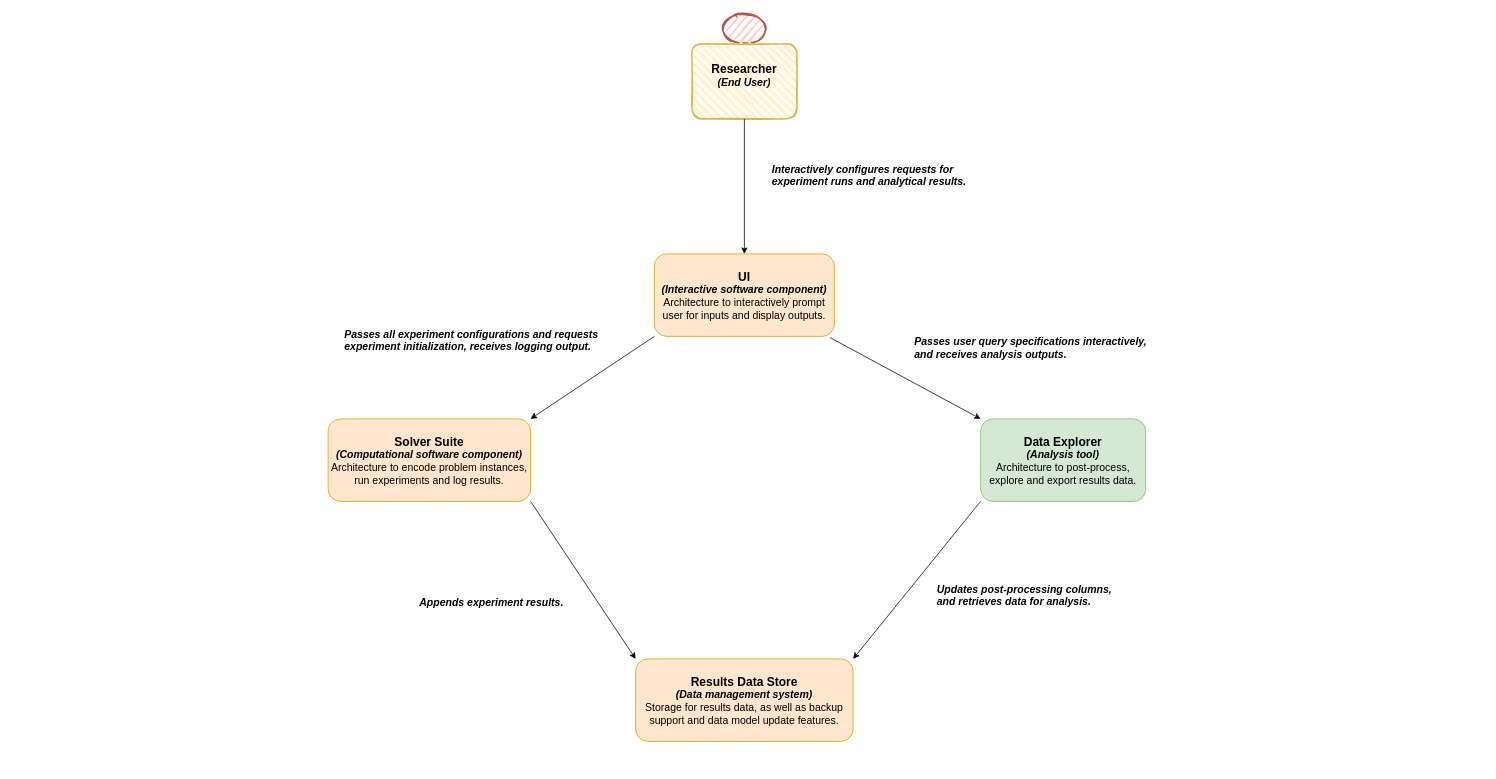
The draw.io diagram docs/opti-face.drawio in lucawrabetz/opti-face, before the edit. Source tidied: cells renumbered, new cells numbered last; positions are measured from the earlier drawing's top-left corner, leaving out a move shared by most shapes. Both pictures are drawn from the tidied source at 75%, with x=0, y=0 at pixel (328, 14).
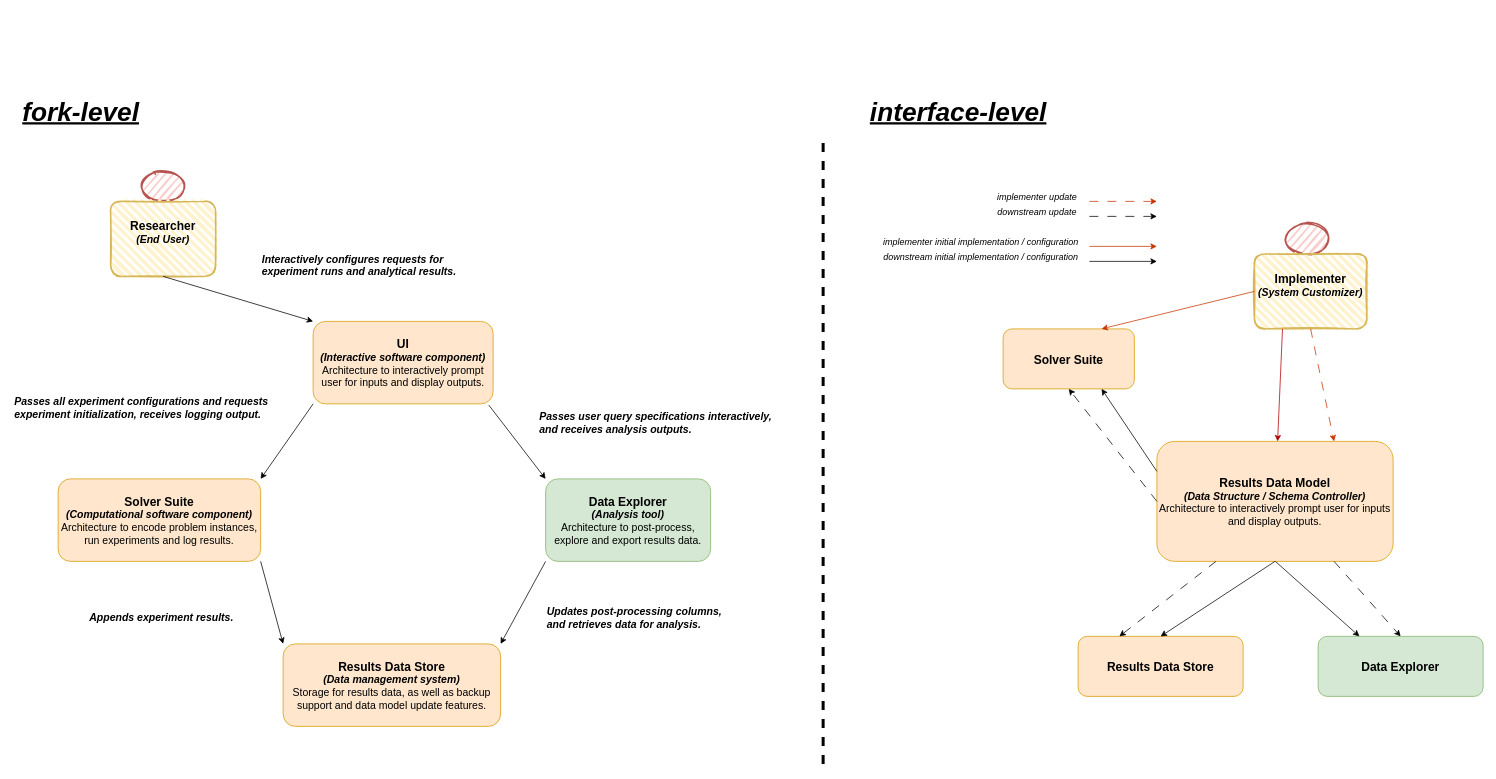
After the change.

Commit message:
Update opti-face.drawio - include interface-level context

Unchanged cells that the change refers to:
```xml
<mxCell id="16" value="&lt;div style=&quot;font-weight: 700;&quot;&gt;&lt;font size=&quot;3&quot;&gt;Researcher&lt;/font&gt;&lt;/div&gt;&lt;div style=&quot;font-size: 14px; font-weight: 700;&quot;&gt;&lt;i&gt;(End User)&lt;/i&gt;&lt;/div&gt;&lt;div style=&quot;font-size: 14px; font-weight: 700;&quot;&gt;&lt;br&gt;&lt;/div&gt;" style="rounded=1;whiteSpace=wrap;html=1;strokeWidth=2;fillWeight=4;hachureGap=8;hachureAngle=45;fillColor=#fff2cc;sketch=1;strokeColor=#d6b656;" parent="14" vertex="1">
  <mxGeometry y="40" width="140" height="100" as="geometry" />
</mxCell>
```

What changed in the source:
```diff
@@
     <mxCell id="2" value="&lt;font style=&quot;font-size: 16px;&quot;&gt;Data Explorer&lt;/font&gt;&lt;div&gt;&lt;i&gt;(Analysis tool)&lt;/i&gt;&lt;/div&gt;&lt;div&gt;&lt;span style=&quot;font-weight: normal;&quot;&gt;Architecture to post-process, explore and export results data.&lt;/span&gt;&lt;/div&gt;" style="rounded=1;whiteSpace=wrap;html=1;fillColor=#d5e8d4;strokeColor=#82b366;fontSize=14;fontStyle=1;" parent="1" vertex="1">
-      <mxGeometry x="870" y="540" width="220" height="110" as="geometry" />
+      <mxGeometry x="290" y="620" width="220" height="110" as="geometry" />
     </mxCell>
@@
     <mxCell id="6" value="&lt;div&gt;&lt;font size=&quot;3&quot;&gt;UI&lt;/font&gt;&lt;/div&gt;&lt;div&gt;&lt;i&gt;(Interactive software component)&lt;/i&gt;&lt;/div&gt;&lt;div&gt;&lt;span style=&quot;font-weight: normal;&quot;&gt;Architecture to interactively prompt user for inputs and display outputs.&lt;/span&gt;&lt;/div&gt;" style="rounded=1;whiteSpace=wrap;html=1;fillColor=#ffe6cc;strokeColor=#d79b00;fontSize=14;fontStyle=1;" parent="1" vertex="1">
-      <mxGeometry x="435" y="320" width="240" height="110" as="geometry" />
+      <mxGeometry x="-20" y="410" width="240" height="110" as="geometry" />
     </mxCell>
     <mxCell id="7" value="&lt;div&gt;&lt;font size=&quot;3&quot;&gt;Results Data Store&lt;/font&gt;&lt;/div&gt;&lt;div&gt;&lt;i&gt;(Data management system)&lt;/i&gt;&lt;/div&gt;&lt;div&gt;&lt;span style=&quot;font-weight: normal;&quot;&gt;Storage for results data, as well as backup support and data model update features.&lt;/span&gt;&lt;br&gt;&lt;/div&gt;" style="rounded=1;whiteSpace=wrap;html=1;fillColor=#ffe6cc;strokeColor=#d79b00;fontSize=14;fontStyle=1;" parent="1" vertex="1">
-      <mxGeometry x="410" y="860" width="290" height="110" as="geometry" />
+      <mxGeometry x="-60" y="840" width="290" height="110" as="geometry" />
     </mxCell>
     <mxCell id="8" value="&lt;div&gt;&lt;font size=&quot;3&quot;&gt;Solver Suite&lt;/font&gt;&lt;/div&gt;&lt;div&gt;&lt;i&gt;(Computational software component)&lt;/i&gt;&lt;/div&gt;&lt;div&gt;&lt;span style=&quot;font-weight: normal;&quot;&gt;Architecture to encode problem instances, run experiments and &lt;/span&gt;&lt;span style=&quot;font-weight: 400;&quot;&gt;log results.&lt;/span&gt;&lt;/div&gt;" style="rounded=1;whiteSpace=wrap;html=1;fillColor=#ffe6cc;strokeColor=#d79b00;fontSize=14;fontStyle=1;" parent="1" vertex="1">
-      <mxGeometry y="540" width="270" height="110" as="geometry" />
+      <mxGeometry x="-360" y="620" width="270" height="110" as="geometry" />
     </mxCell>
     <mxCell id="9" value="Passes user query specifications interactively,&amp;nbsp;&lt;div&gt;and receives analysis outputs.&lt;/div&gt;" style="text;html=1;align=left;verticalAlign=middle;strokeColor=none;fillColor=none;fontSize=14;fontStyle=3;" parent="1" vertex="1">
-      <mxGeometry x="780" y="420" width="310" height="50" as="geometry" />
+      <mxGeometry x="280" y="520" width="310" height="50" as="geometry" />
     </mxCell>
     <mxCell id="10" value="Updates post-processing columns,&amp;nbsp;&lt;div&gt;and retrieves data for analysis.&lt;/div&gt;" style="text;html=1;align=left;verticalAlign=middle;strokeColor=none;fillColor=none;fontSize=14;fontStyle=3;" parent="1" vertex="1">
-      <mxGeometry x="810" y="750" width="240" height="50" as="geometry" />
+      <mxGeometry x="290" y="780" width="240" height="50" as="geometry" />
     </mxCell>
     <mxCell id="11" value="Appends experiment results." style="text;html=1;align=left;verticalAlign=middle;strokeColor=none;fillColor=none;fontSize=14;fontStyle=3;" parent="1" vertex="1">
-      <mxGeometry x="120" y="770" width="200" height="30" as="geometry" />
+      <mxGeometry x="-320" y="790" width="200" height="30" as="geometry" />
     </mxCell>
@@
     <mxCell id="13" value="Passes all experiment configurations and requests&amp;nbsp;&lt;div&gt;experiment initialization, receives logging output.&lt;/div&gt;" style="text;html=1;align=left;verticalAlign=middle;strokeColor=none;fillColor=none;fontSize=14;fontStyle=3;" parent="1" vertex="1">
-      <mxGeometry x="20" y="410" width="340" height="50" as="geometry" />
+      <mxGeometry x="-420" y="500" width="340" height="50" as="geometry" />
     </mxCell>
     <mxCell id="14" style="group;" parent="1" vertex="1">
-      <mxGeometry x="485" width="140" height="140" as="geometry" />
+      <mxGeometry x="-290" y="210" width="140" height="140" as="geometry" />
     </mxCell>
@@
-    <mxCell id="17" style="endArrow=classic;html=1;rounded=0;exitX=0.5;exitY=1;exitDx=0;exitDy=0;entryX=0.5;entryY=0;entryDx=0;entryDy=0;" parent="1" edge="1" source="16" target="6">
+    <mxCell id="17" style="endArrow=classic;html=1;rounded=0;exitX=0.5;exitY=1;exitDx=0;exitDy=0;entryX=0;entryY=0;entryDx=0;entryDy=0;" parent="1" edge="1" source="16" target="6">
       <mxGeometry relative="1" as="geometry" />
     </mxCell>
     <mxCell id="18" value="Interactively configures requests for&amp;nbsp;&lt;div&gt;experiment runs and analytical results.&lt;/div&gt;" style="text;html=1;align=left;verticalAlign=middle;strokeColor=none;fillColor=none;fontSize=14;fontStyle=3;" parent="1" vertex="1">
-      <mxGeometry x="590" y="190" width="260" height="50" as="geometry" />
+      <mxGeometry x="-90" y="310" width="260" height="50" as="geometry" />
     </mxCell>
+    <mxCell id="19" value="&lt;font style=&quot;font-size: 16px;&quot;&gt;Data Explorer&lt;/font&gt;" style="rounded=1;whiteSpace=wrap;html=1;fillColor=#d5e8d4;strokeColor=#82b366;fontSize=14;fontStyle=1;" parent="1" vertex="1">
+      <mxGeometry x="1320" y="830" width="220" height="80" as="geometry" />
+    </mxCell>
+    <mxCell id="20" value="&lt;div&gt;&lt;font size=&quot;3&quot;&gt;Results Data Model&lt;/font&gt;&lt;/div&gt;&lt;div&gt;&lt;i&gt;(Data Structure / Schema Controller)&lt;/i&gt;&lt;/div&gt;&lt;div&gt;&lt;span style=&quot;font-weight: normal;&quot;&gt;Architecture to interactively prompt user for inputs and display outputs.&lt;/span&gt;&lt;/div&gt;" style="rounded=1;whiteSpace=wrap;html=1;fillColor=#ffe6cc;strokeColor=#d79b00;fontSize=14;fontStyle=1;" parent="1" vertex="1">
+      <mxGeometry x="1105" y="570" width="315" height="160" as="geometry" />
+    </mxCell>
+    <mxCell id="21" value="&lt;div&gt;&lt;font size=&quot;3&quot;&gt;Results Data Store&lt;/font&gt;&lt;/div&gt;" style="rounded=1;whiteSpace=wrap;html=1;fillColor=#ffe6cc;strokeColor=#d79b00;fontSize=14;fontStyle=1;" parent="1" vertex="1">
+      <mxGeometry x="1000" y="830" width="220" height="80" as="geometry" />
+    </mxCell>
+    <mxCell id="22" value="&lt;div&gt;&lt;font size=&quot;3&quot;&gt;&lt;br&gt;&lt;/font&gt;&lt;/div&gt;&lt;div&gt;&lt;font size=&quot;3&quot;&gt;Solver Suite&lt;/font&gt;&lt;/div&gt;&lt;div&gt;&lt;br&gt;&lt;/div&gt;" style="rounded=1;whiteSpace=wrap;html=1;fillColor=#ffe6cc;strokeColor=#d79b00;fontSize=14;fontStyle=1;fillStyle=auto;" parent="1" vertex="1">
+      <mxGeometry x="900" y="420" width="175" height="80" as="geometry" />
+    </mxCell>
+    <mxCell id="23" style="group;" parent="1" vertex="1">
+      <mxGeometry x="1235" y="280" width="150" height="140" as="geometry" />
+    </mxCell>
+    <mxCell id="24" style="ellipse;whiteSpace=wrap;html=1;strokeWidth=2;fillWeight=2;hachureGap=8;fillColor=#f8cecc;fillStyle=dots;sketch=1;strokeColor=#b85450;" parent="23" vertex="1">
+      <mxGeometry x="40" width="60" height="40" as="geometry" />
+    </mxCell>
+    <mxCell id="25" value="&lt;div style=&quot;font-weight: 700;&quot;&gt;&lt;font size=&quot;3&quot;&gt;Implementer&lt;/font&gt;&lt;/div&gt;&lt;div style=&quot;font-size: 14px; font-weight: 700;&quot;&gt;&lt;i&gt;(System Customizer)&lt;/i&gt;&lt;/div&gt;&lt;div style=&quot;font-size: 14px; font-weight: 700;&quot;&gt;&lt;br&gt;&lt;/div&gt;" style="rounded=1;whiteSpace=wrap;html=1;strokeWidth=2;fillWeight=4;hachureGap=8;hachureAngle=45;fillColor=#fff2cc;sketch=1;strokeColor=#d6b656;" parent="23" vertex="1">
+      <mxGeometry y="40" width="150" height="100" as="geometry" />
+    </mxCell>
+    <mxCell id="26" style="endArrow=classic;html=1;rounded=0;exitX=0.25;exitY=1;exitDx=0;exitDy=0;fillColor=#e51400;strokeColor=#B20000;" parent="1" edge="1" source="25" target="20">
+      <mxGeometry relative="1" as="geometry" />
+    </mxCell>
+    <mxCell id="27" style="endArrow=classic;html=1;rounded=0;exitX=0;exitY=0.5;exitDx=0;exitDy=0;entryX=0.75;entryY=0;entryDx=0;entryDy=0;fillColor=#fa6800;strokeColor=#C73500;" parent="1" edge="1" source="25" target="22">
+      <mxGeometry relative="1" as="geometry" />
+    </mxCell>
+    <mxCell id="28" style="endArrow=classic;html=1;rounded=0;exitX=0.5;exitY=1;exitDx=0;exitDy=0;entryX=0.75;entryY=0;entryDx=0;entryDy=0;dashed=1;dashPattern=12 12;fillColor=#fa6800;strokeColor=#C73500;" parent="1" edge="1" source="25" target="20">
+      <mxGeometry relative="1" as="geometry" />
+    </mxCell>
+    <mxCell id="29" style="endArrow=classic;html=1;rounded=0;exitX=0;exitY=0.5;exitDx=0;exitDy=0;entryX=0.5;entryY=1;entryDx=0;entryDy=0;dashed=1;dashPattern=12 12;" parent="1" edge="1" source="20" target="22">
+      <mxGeometry relative="1" as="geometry" />
+    </mxCell>
+    <mxCell id="30" style="endArrow=classic;html=1;rounded=0;exitX=0.5;exitY=1;exitDx=0;exitDy=0;dashed=1;dashPattern=12 12;fillColor=#fa6800;strokeColor=#C73500;" parent="1" edge="1">
+      <mxGeometry relative="1" as="geometry">
+        <mxPoint x="1015" y="250" as="sourcePoint" />
+        <mxPoint x="1105" y="250" as="targetPoint" />
+      </mxGeometry>
+    </mxCell>
+    <mxCell id="31" style="endArrow=classic;html=1;rounded=0;dashed=1;dashPattern=12 12;" parent="1" edge="1">
+      <mxGeometry relative="1" as="geometry">
+        <mxPoint x="1015" y="270" as="sourcePoint" />
+        <mxPoint x="1105" y="270" as="targetPoint" />
+      </mxGeometry>
+    </mxCell>
+    <mxCell id="32" style="endArrow=classic;html=1;rounded=0;entryX=0.75;entryY=0;entryDx=0;entryDy=0;" parent="1" edge="1">
+      <mxGeometry relative="1" as="geometry">
+        <mxPoint x="1015" y="330" as="sourcePoint" />
+        <mxPoint x="1105" y="330" as="targetPoint" />
+      </mxGeometry>
+    </mxCell>
+    <mxCell id="33" style="endArrow=classic;html=1;rounded=0;entryX=0.75;entryY=0;entryDx=0;entryDy=0;fillColor=#fa6800;strokeColor=#C73500;" parent="1" edge="1">
+      <mxGeometry relative="1" as="geometry">
+        <mxPoint x="1015" y="310" as="sourcePoint" />
+        <mxPoint x="1105" y="310" as="targetPoint" />
+      </mxGeometry>
+    </mxCell>
+    <mxCell id="34" style="endArrow=classic;html=1;rounded=0;exitX=0;exitY=0.25;exitDx=0;exitDy=0;entryX=0.75;entryY=1;entryDx=0;entryDy=0;" parent="1" edge="1" source="20" target="22">
+      <mxGeometry relative="1" as="geometry" />
+    </mxCell>
+    <mxCell id="35" value="&lt;i&gt;implementer update&lt;/i&gt;" style="text;html=1;align=center;verticalAlign=middle;strokeColor=none;fillColor=none;" parent="1" vertex="1">
+      <mxGeometry x="880" y="230" width="130" height="30" as="geometry" />
+    </mxCell>
+    <mxCell id="36" value="&lt;i&gt;downstream update&lt;/i&gt;" style="text;html=1;align=center;verticalAlign=middle;strokeColor=none;fillColor=none;" parent="1" vertex="1">
+      <mxGeometry x="880" y="250" width="130" height="30" as="geometry" />
+    </mxCell>
+    <mxCell id="37" value="&lt;i&gt;implementer initial implementation / configuration&lt;/i&gt;" style="text;html=1;align=center;verticalAlign=middle;strokeColor=none;fillColor=none;" parent="1" vertex="1">
+      <mxGeometry x="730" y="290" width="280" height="30" as="geometry" />
+    </mxCell>
+    <mxCell id="38" value="&lt;i&gt;downstream initial implementation / configuration&lt;/i&gt;" style="text;html=1;align=center;verticalAlign=middle;strokeColor=none;fillColor=none;" parent="1" vertex="1">
+      <mxGeometry x="730" y="310" width="280" height="30" as="geometry" />
+    </mxCell>
+    <mxCell id="39" style="endArrow=classic;html=1;rounded=0;exitX=0.25;exitY=1;exitDx=0;exitDy=0;entryX=0.25;entryY=0;entryDx=0;entryDy=0;dashed=1;dashPattern=12 12;" parent="1" edge="1" source="20" target="21">
+      <mxGeometry relative="1" as="geometry" />
+    </mxCell>
+    <mxCell id="40" style="endArrow=classic;html=1;rounded=0;exitX=0.5;exitY=1;exitDx=0;exitDy=0;entryX=0.5;entryY=0;entryDx=0;entryDy=0;" parent="1" edge="1" source="20" target="21">
+      <mxGeometry relative="1" as="geometry" />
+    </mxCell>
+    <mxCell id="41" style="endArrow=classic;html=1;rounded=0;entryX=0.25;entryY=0;entryDx=0;entryDy=0;" parent="1" edge="1" target="19">
+      <mxGeometry relative="1" as="geometry">
+        <mxPoint x="1263" y="730" as="sourcePoint" />
+      </mxGeometry>
+    </mxCell>
+    <mxCell id="42" style="endArrow=classic;html=1;rounded=0;entryX=0.5;entryY=0;entryDx=0;entryDy=0;exitX=0.75;exitY=1;exitDx=0;exitDy=0;dashed=1;dashPattern=12 12;" parent="1" edge="1" source="20" target="19">
+      <mxGeometry relative="1" as="geometry" />
+    </mxCell>
+    <mxCell id="43" value="&lt;h1 style=&quot;font-size: 35px;&quot;&gt;&lt;i&gt;fork-level&lt;/i&gt;&lt;/h1&gt;" style="text;html=1;align=center;verticalAlign=middle;strokeColor=none;fillColor=none;fontSize=35;fontStyle=4;" parent="1" vertex="1">
+      <mxGeometry x="-420" y="80" width="180" height="100" as="geometry" />
+    </mxCell>
+    <mxCell id="44" style="endArrow=none;dashed=1;html=1;rounded=0;fontSize=15;strokeWidth=4;" parent="1" edge="1">
+      <mxGeometry relative="1" as="geometry">
+        <mxPoint x="660" y="1000" as="sourcePoint" />
+        <mxPoint x="660" y="160" as="targetPoint" />
+      </mxGeometry>
+    </mxCell>
+    <mxCell id="45" value="&lt;h1 style=&quot;font-size: 35px;&quot;&gt;&lt;i&gt;interface-level&lt;/i&gt;&lt;/h1&gt;" style="text;html=1;align=center;verticalAlign=middle;strokeColor=none;fillColor=none;fontSize=35;fontStyle=4;" parent="1" vertex="1">
+      <mxGeometry x="710" y="80" width="260" height="100" as="geometry" />
+    </mxCell>
```
